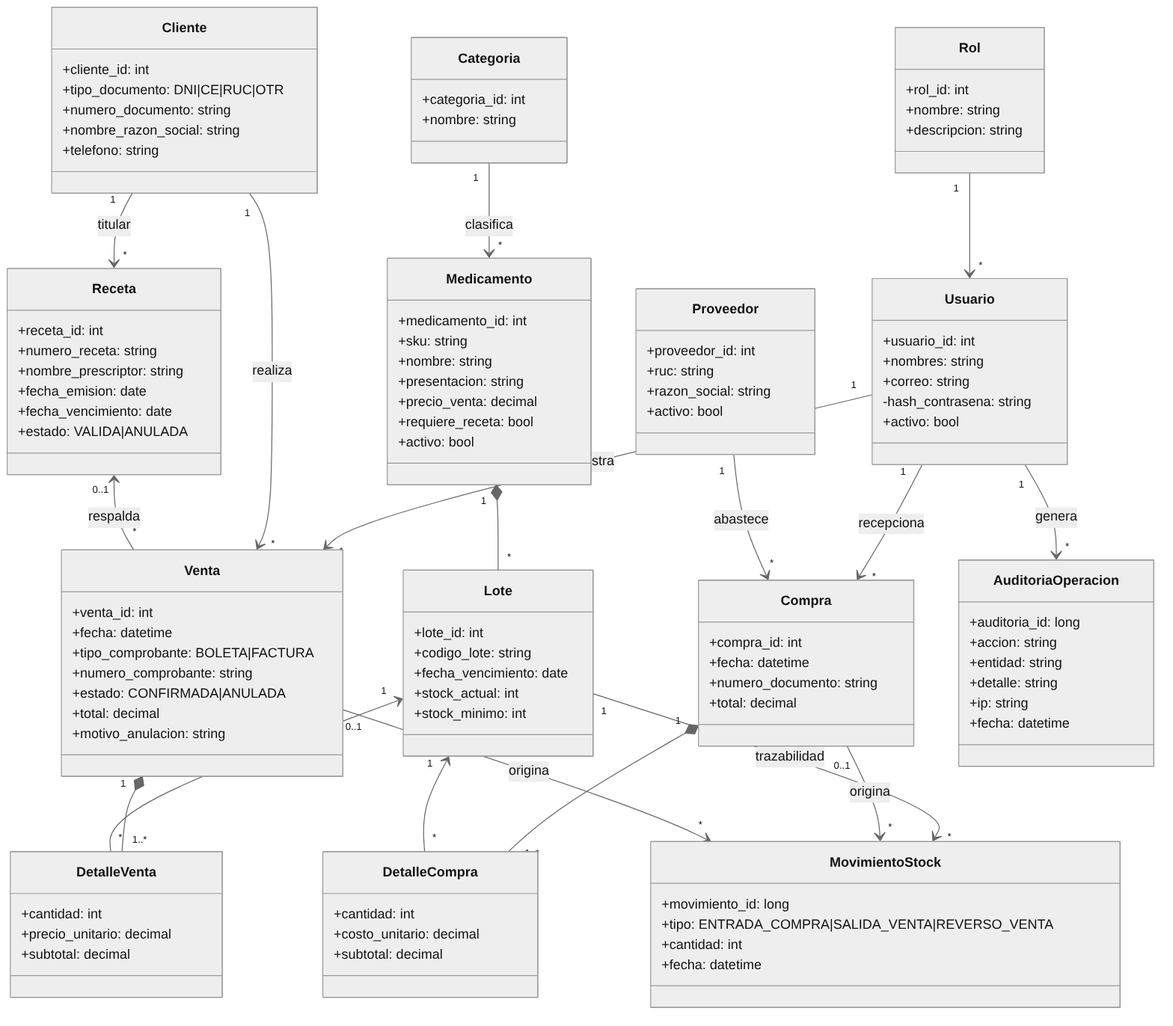
Above: docs/diagramas/clases_dominio.png in angelonavarroxd23-lab/Farma-Control (Mermaid), before the change. Its source is kept beside it as docs/diagramas/src/clases_dominio.mmd. The source it was exported from:
```mermaid
classDiagram
direction TB
class Rol {
  +rol_id: int
  +nombre: string
  +descripcion: string
}
class Usuario {
  +usuario_id: int
  +nombres: string
  +correo: string
  -hash_contrasena: string
  +activo: bool
}
class Cliente {
  +cliente_id: int
  +tipo_documento: DNI|CE|RUC|OTR
  +numero_documento: string
  +nombre_razon_social: string
  +telefono: string
}
class Proveedor {
  +proveedor_id: int
  +ruc: string
  +razon_social: string
  +activo: bool
}
class Categoria {
  +categoria_id: int
  +nombre: string
}
class Medicamento {
  +medicamento_id: int
  +sku: string
  +nombre: string
  +presentacion: string
  +precio_venta: decimal
  +requiere_receta: bool
  +activo: bool
}
class Lote {
  +lote_id: int
  +codigo_lote: string
  +fecha_vencimiento: date
  +stock_actual: int
  +stock_minimo: int
}
class Receta {
  +receta_id: int
  +numero_receta: string
  +nombre_prescriptor: string
  +fecha_emision: date
  +fecha_vencimiento: date
  +estado: VALIDA|ANULADA
}
class Compra {
  +compra_id: int
  +fecha: datetime
  +numero_documento: string
  +total: decimal
}
class DetalleCompra {
  +cantidad: int
  +costo_unitario: decimal
  +subtotal: decimal
}
class Venta {
  +venta_id: int
  +fecha: datetime
  +tipo_comprobante: BOLETA|FACTURA
  +numero_comprobante: string
  +estado: CONFIRMADA|ANULADA
  +total: decimal
  +motivo_anulacion: string
}
class DetalleVenta {
  +cantidad: int
  +precio_unitario: decimal
  +subtotal: decimal
}
class MovimientoStock {
  +movimiento_id: long
  +tipo: ENTRADA_COMPRA|SALIDA_VENTA|REVERSO_VENTA
  +cantidad: int
  +fecha: datetime
}
class AuditoriaOperacion {
  +auditoria_id: long
  +accion: string
  +entidad: string
  +detalle: string
  +ip: string
  +fecha: datetime
}
Rol "1" --> "*" Usuario
Usuario "1" --> "*" Venta : registra
Usuario "1" --> "*" Compra : recepciona
Usuario "1" --> "*" AuditoriaOperacion : genera
Cliente "1" --> "*" Venta : realiza
Cliente "1" --> "*" Receta : titular
Receta "0..1" <-- "*" Venta : respalda
Proveedor "1" --> "*" Compra : abastece
Categoria "1" --> "*" Medicamento : clasifica
Medicamento "1" *-- "*" Lote
Compra "1" *-- "1..*" DetalleCompra
Venta "1" *-- "1..*" DetalleVenta
Lote "1" <-- "*" DetalleCompra
Lote "1" <-- "*" DetalleVenta
Lote "1" --> "*" MovimientoStock : trazabilidad
Compra "0..1" --> "*" MovimientoStock : origina
Venta "0..1" --> "*" MovimientoStock : origina
```
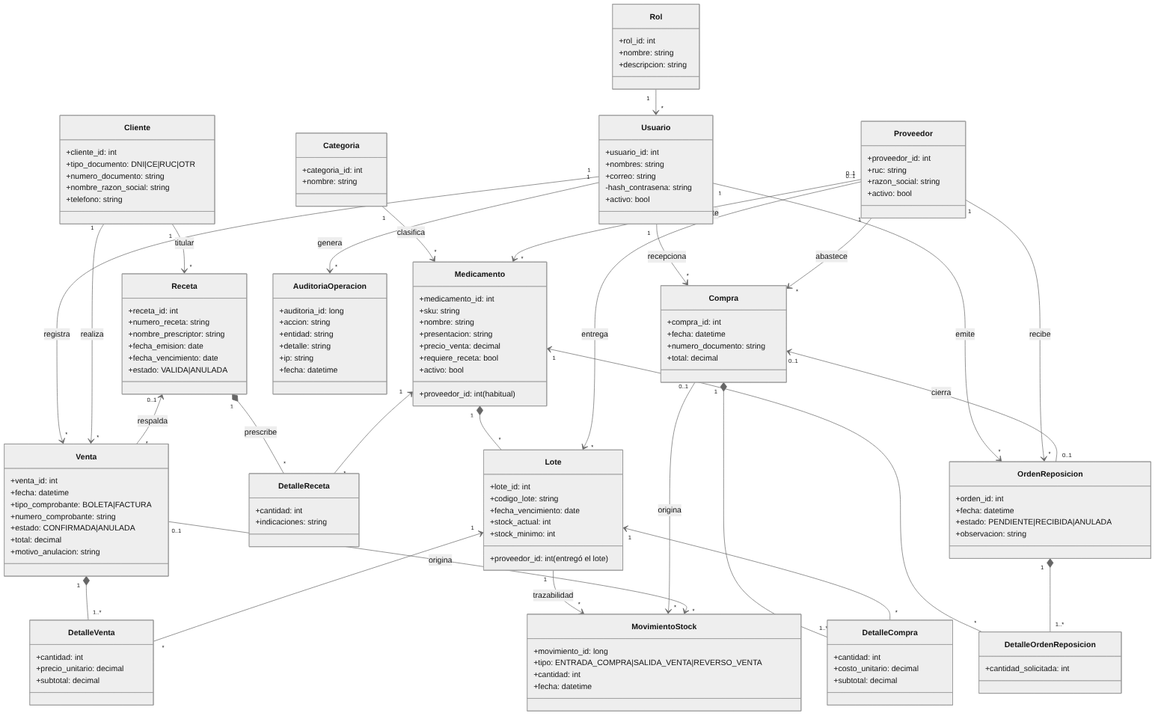
The same diagram one commit later.

The edit, as a diff of the source:
```diff
@@ -37,6 +37,7 @@
   +precio_venta: decimal
   +requiere_receta: bool
   +activo: bool
+  +proveedor_id: int (habitual)
 }
 class Lote {
   +lote_id: int
@@ -44,6 +45,7 @@
   +fecha_vencimiento: date
   +stock_actual: int
   +stock_minimo: int
+  +proveedor_id: int (entregó el lote)
 }
 class Receta {
   +receta_id: int
@@ -52,6 +54,19 @@
   +fecha_emision: date
   +fecha_vencimiento: date
   +estado: VALIDA|ANULADA
+}
+class DetalleReceta {
+  +cantidad: int
+  +indicaciones: string
+}
+class OrdenReposicion {
+  +orden_id: int
+  +fecha: datetime
+  +estado: PENDIENTE|RECIBIDA|ANULADA
+  +observacion: string
+}
+class DetalleOrdenReposicion {
+  +cantidad_solicitada: int
 }
 class Compra {
   +compra_id: int
@@ -96,12 +111,19 @@
 Usuario "1" --> "*" Venta : registra
 Usuario "1" --> "*" Compra : recepciona
 Usuario "1" --> "*" AuditoriaOperacion : genera
+Usuario "1" --> "*" OrdenReposicion : emite
 Cliente "1" --> "*" Venta : realiza
 Cliente "1" --> "*" Receta : titular
 Receta "0..1" <-- "*" Venta : respalda
+Receta "1" *-- "*" DetalleReceta : prescribe
 Proveedor "1" --> "*" Compra : abastece
+Proveedor "1" --> "*" OrdenReposicion : recibe
 Categoria "1" --> "*" Medicamento : clasifica
 Medicamento "1" *-- "*" Lote
+Medicamento "1" <-- "*" DetalleReceta
+Medicamento "1" <-- "*" DetalleOrdenReposicion
+Proveedor "0..1" --> "*" Lote : entrega
+Proveedor "0..1" --> "*" Medicamento : provee habitualmente
 Compra "1" *-- "1..*" DetalleCompra
 Venta "1" *-- "1..*" DetalleVenta
 Lote "1" <-- "*" DetalleCompra
@@ -109,3 +131,5 @@
 Lote "1" --> "*" MovimientoStock : trazabilidad
 Compra "0..1" --> "*" MovimientoStock : origina
 Venta "0..1" --> "*" MovimientoStock : origina
+OrdenReposicion "1" *-- "1..*" DetalleOrdenReposicion
+Compra "0..1" <-- "0..1" OrdenReposicion : cierra
```
